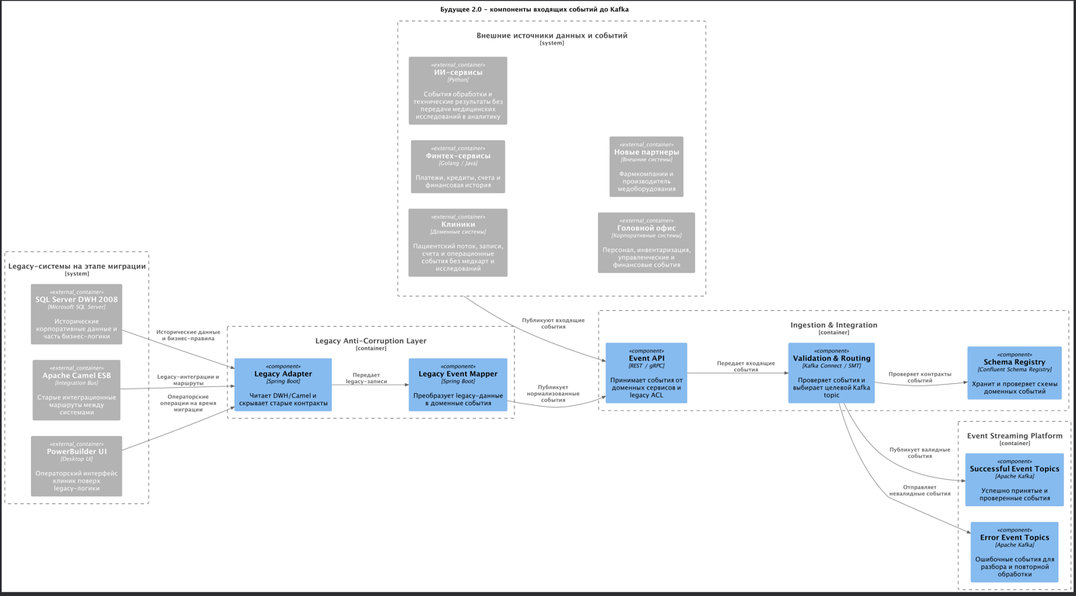
The PlantUML diagram Task3Advanced/01-components.png in mrpeunov/architecture-future_2_0, before a commit. Its source is kept beside it as Task3Advanced/01-components.puml. The source it was exported from:
```plantuml
@startuml
!include <C4/C4_Component>

LAYOUT_LEFT_RIGHT()

title Будущее 2.0 - компоненты входящих событий до Kafka

System_Boundary(externalSources, "Внешние источники данных и событий") {
  Container_Ext(clinics, "Клиники", "Доменные системы", "Пациентский поток, записи, счета и операционные события без медкарт и исследований")
  Container_Ext(fintech, "Финтех-сервисы", "Golang / Java", "Платежи, кредиты, счета и финансовая история")
  Container_Ext(aiServices, "ИИ-сервисы", "Python", "События обработки и технические результаты без передачи медицинских исследований в аналитику")
  Container_Ext(backOffice, "Головной офис", "Корпоративные системы", "Персонал, инвентаризация, управленческие и финансовые события")
  Container_Ext(partners, "Новые партнеры", "Внешние системы", "Фармкомпании и производитель медоборудования")
}

System_Boundary(legacySystems, "Legacy-системы на этапе миграции") {
  Container_Ext(legacyDwh, "SQL Server DWH 2008", "Microsoft SQL Server", "Исторические корпоративные данные и часть бизнес-логики")
  Container_Ext(camelEsb, "Apache Camel ESB", "Integration Bus", "Старые интеграционные маршруты между системами")
  Container_Ext(powerBuilderUi, "PowerBuilder UI", "Desktop UI", "Операторский интерфейс клиник поверх legacy-логики")
}

Container_Boundary(legacyAcl, "Legacy Anti-Corruption Layer") {
  Component(legacyAdapter, "Legacy Adapter", "Spring Boot", "Читает DWH/Camel и скрывает старые контракты")
  Component(legacyEventMapper, "Legacy Event Mapper", "Spring Boot", "Преобразует legacy-данные в доменные события")
}

Container_Boundary(ingestion, "Ingestion & Integration") {
  Component(eventApi, "Event API", "REST / gRPC", "Принимает события от доменных сервисов и legacy ACL")
  Component(schemaRegistry, "Schema Registry", "Confluent Schema Registry", "Хранит и проверяет схемы доменных событий")
  Component(validationRouting, "Validation & Routing", "Kafka Connect / SMT", "Проверяет события и выбирает целевой Kafka topic")
}

Container_Boundary(eventBackbone, "Event Streaming Platform") {
  Component(successTopics, "Successful Event Topics", "Apache Kafka", "Успешно принятые и проверенные события")
  Component(errorTopics, "Error Event Topics", "Apache Kafka", "Ошибочные события для разбора и повторной обработки")
}

Rel(externalSources, eventApi, "Публикуют входящие события")

Rel(legacyDwh, legacyAdapter, "Исторические данные и бизнес-правила")
Rel(camelEsb, legacyAdapter, "Legacy-интеграции и маршруты")
Rel(powerBuilderUi, legacyAdapter, "Операторские операции на время миграции")
Rel(legacyAdapter, legacyEventMapper, "Передает legacy-записи")
Rel(legacyEventMapper, eventApi, "Публикует нормализованные события")

Rel(eventApi, validationRouting, "Передает входящие события")
Rel(validationRouting, schemaRegistry, "Проверяет контракты событий")
Rel(validationRouting, successTopics, "Публикует валидные события")
Rel(validationRouting, errorTopics, "Отправляет невалидные события")

Lay_R(externalSources, eventApi)
Lay_L(legacyDwh, legacyAdapter)
Lay_D(camelEsb, legacyAdapter)
Lay_D(powerBuilderUi, legacyAdapter)
Lay_R(legacyAdapter, legacyEventMapper)
Lay_R(legacyEventMapper, eventApi)
Lay_R(eventApi, validationRouting)
Lay_D(validationRouting, schemaRegistry)
Lay_R(validationRouting, successTopics)
Lay_D(validationRouting, errorTopics)

@enduml
```
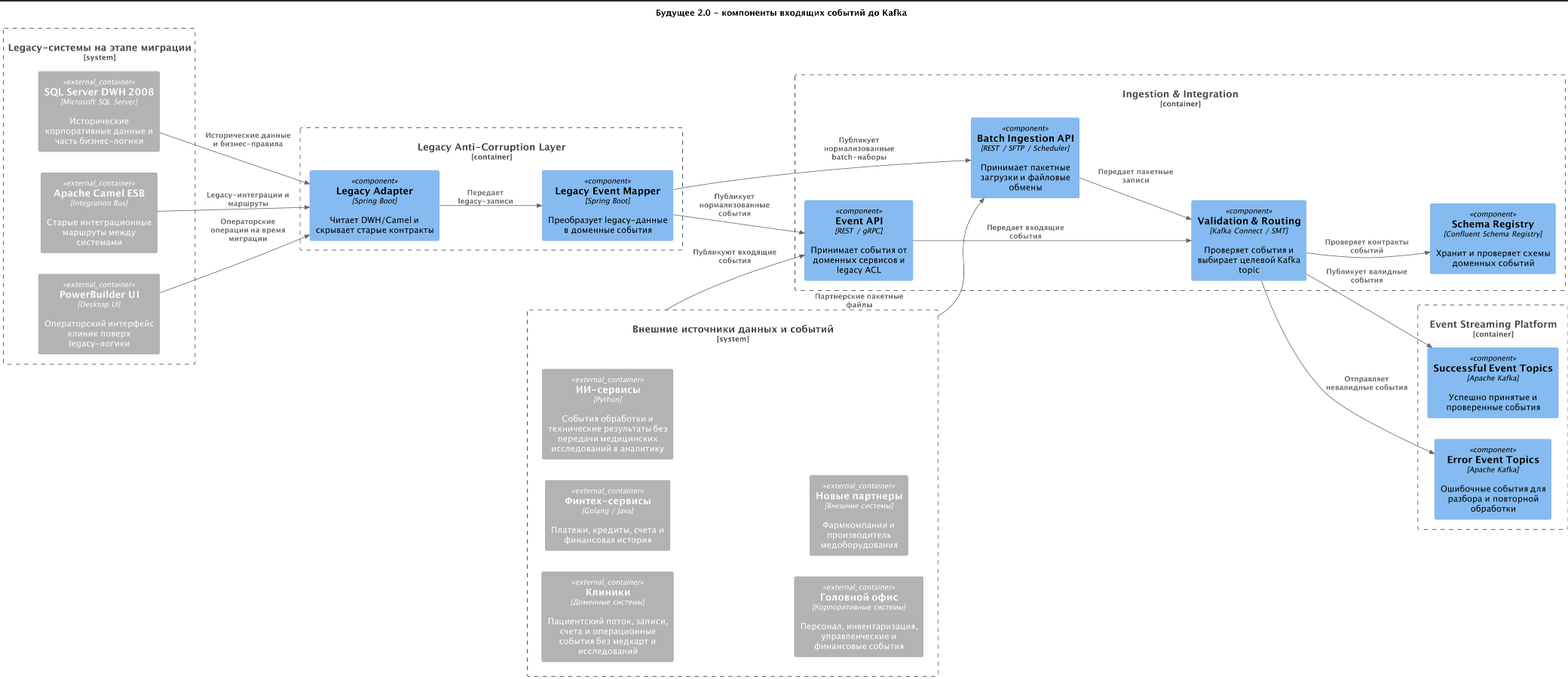
Later version of the same file.

The edit, as a diff of the source:
```diff
@@ -26,6 +26,7 @@
 
 Container_Boundary(ingestion, "Ingestion & Integration") {
   Component(eventApi, "Event API", "REST / gRPC", "Принимает события от доменных сервисов и legacy ACL")
+  Component(batchIngestionApi, "Batch Ingestion API", "REST / SFTP / Scheduler", "Принимает пакетные загрузки и файловые обмены")
   Component(schemaRegistry, "Schema Registry", "Confluent Schema Registry", "Хранит и проверяет схемы доменных событий")
   Component(validationRouting, "Validation & Routing", "Kafka Connect / SMT", "Проверяет события и выбирает целевой Kafka topic")
 }
@@ -42,8 +43,11 @@
 Rel(powerBuilderUi, legacyAdapter, "Операторские операции на время миграции")
 Rel(legacyAdapter, legacyEventMapper, "Передает legacy-записи")
 Rel(legacyEventMapper, eventApi, "Публикует нормализованные события")
+Rel(legacyEventMapper, batchIngestionApi, "Публикует нормализованные batch-наборы")
+Rel(externalSources, batchIngestionApi, "Партнерские пакетные файлы")
 
 Rel(eventApi, validationRouting, "Передает входящие события")
+Rel(batchIngestionApi, validationRouting, "Передает пакетные записи")
 Rel(validationRouting, schemaRegistry, "Проверяет контракты событий")
 Rel(validationRouting, successTopics, "Публикует валидные события")
 Rel(validationRouting, errorTopics, "Отправляет невалидные события")
@@ -54,6 +58,7 @@
 Lay_D(powerBuilderUi, legacyAdapter)
 Lay_R(legacyAdapter, legacyEventMapper)
 Lay_R(legacyEventMapper, eventApi)
+Lay_D(eventApi, batchIngestionApi)
 Lay_R(eventApi, validationRouting)
 Lay_D(validationRouting, schemaRegistry)
 Lay_R(validationRouting, successTopics)
```
